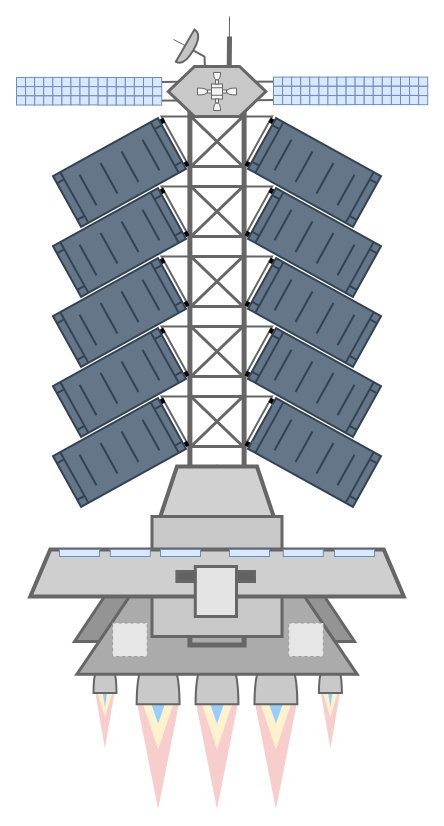
Before: pictures/spaceship.drawio in SuitDeer/SwarmPilot, a draw.io diagram. Source tidied: cells renumbered, new cells numbered last; positions are measured from the earlier drawing's top-left corner, leaving out a move shared by most shapes. Both pictures are drawn from the tidied source at 100%, with x=0, y=0 at pixel (-55, 16). Pictures stored in the file or linked from it are replaced by grey dashed boxes.
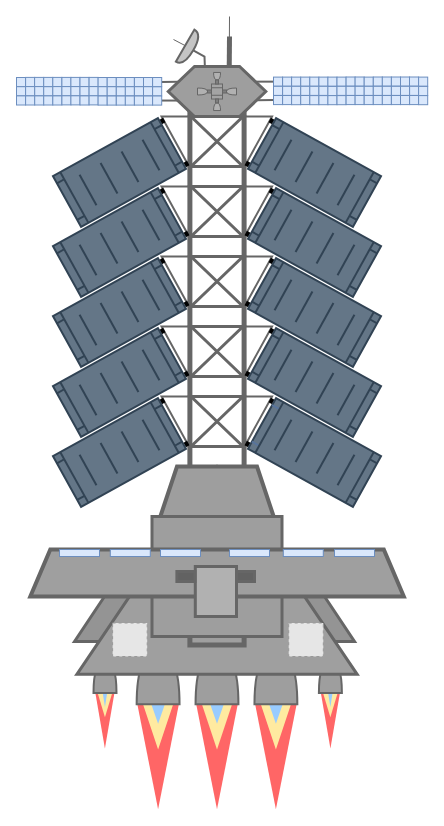
The same diagram, later.

The edit, as a diff of the source:
```diff
@@
-    <mxCell id="3" style="triangle;whiteSpace=wrap;html=1;rotation=90;fillColor=#f8cecc;strokeColor=none;" parent="1" vertex="1">
+    <mxCell id="3" style="triangle;whiteSpace=wrap;html=1;rotation=90;fillColor=#FF6666;strokeColor=none;" parent="1" vertex="1">
       <mxGeometry x="355.8" y="692.9" width="58.2" height="20" as="geometry" />
     </mxCell>
-    <mxCell id="4" style="triangle;whiteSpace=wrap;html=1;rotation=90;strokeColor=none;fillColor=#fff2cc;" parent="1" vertex="1">
+    <mxCell id="4" style="triangle;whiteSpace=wrap;html=1;rotation=90;strokeColor=none;fillColor=#FFEAA0;" parent="1" vertex="1">
       <mxGeometry x="368.2" y="674.2" width="33.3" height="20" as="geometry" />
     </mxCell>
@@
-    <mxCell id="6" style="triangle;whiteSpace=wrap;html=1;rotation=90;fillColor=#f8cecc;strokeColor=none;" parent="1" vertex="1">
+    <mxCell id="6" style="triangle;whiteSpace=wrap;html=1;rotation=90;fillColor=#FF6666;strokeColor=none;" parent="1" vertex="1">
       <mxGeometry x="130.3" y="692.9" width="58.2" height="20" as="geometry" />
     </mxCell>
-    <mxCell id="7" style="triangle;whiteSpace=wrap;html=1;rotation=90;strokeColor=none;fillColor=#fff2cc;" parent="1" vertex="1">
+    <mxCell id="7" style="triangle;whiteSpace=wrap;html=1;rotation=90;strokeColor=none;fillColor=#FFEAA0;" parent="1" vertex="1">
       <mxGeometry x="142.8" y="674.2" width="33.3" height="20" as="geometry" />
     </mxCell>
@@
-    <mxCell id="9" style="triangle;whiteSpace=wrap;html=1;rotation=90;fillColor=#f8cecc;strokeColor=none;" parent="1" vertex="1">
+    <mxCell id="9" style="triangle;whiteSpace=wrap;html=1;rotation=90;fillColor=#FF6666;strokeColor=none;" parent="1" vertex="1">
       <mxGeometry x="276.1" y="717.1" width="108.6" height="42.9" as="geometry" />
     </mxCell>
-    <mxCell id="10" style="triangle;whiteSpace=wrap;html=1;rotation=90;strokeColor=none;fillColor=#fff2cc;" parent="1" vertex="1">
+    <mxCell id="10" style="triangle;whiteSpace=wrap;html=1;rotation=90;strokeColor=none;fillColor=#FFEAA0;" parent="1" vertex="1">
       <mxGeometry x="300.4" y="682.9" width="60" height="40" as="geometry" />
     </mxCell>
@@
-    <mxCell id="12" style="triangle;whiteSpace=wrap;html=1;rotation=90;fillColor=#f8cecc;strokeColor=none;" parent="1" vertex="1">
+    <mxCell id="12" style="triangle;whiteSpace=wrap;html=1;rotation=90;fillColor=#FF6666;strokeColor=none;" parent="1" vertex="1">
       <mxGeometry x="158.3" y="717.1" width="108.6" height="42.9" as="geometry" />
     </mxCell>
-    <mxCell id="13" style="triangle;whiteSpace=wrap;html=1;rotation=90;strokeColor=none;fillColor=#fff2cc;" parent="1" vertex="1">
+    <mxCell id="13" style="triangle;whiteSpace=wrap;html=1;rotation=90;strokeColor=none;fillColor=#FFEAA0;" parent="1" vertex="1">
       <mxGeometry x="182.6" y="682.9" width="60" height="40" as="geometry" />
     </mxCell>
@@
-    <mxCell id="15" style="triangle;whiteSpace=wrap;html=1;rotation=90;fillColor=#f8cecc;strokeColor=none;" parent="1" vertex="1">
+    <mxCell id="15" style="triangle;whiteSpace=wrap;html=1;rotation=90;fillColor=#FF6666;strokeColor=none;" parent="1" vertex="1">
       <mxGeometry x="217.2" y="717.1" width="108.6" height="42.9" as="geometry" />
     </mxCell>
-    <mxCell id="16" style="triangle;whiteSpace=wrap;html=1;rotation=90;strokeColor=none;fillColor=#fff2cc;" parent="1" vertex="1">
+    <mxCell id="16" style="triangle;whiteSpace=wrap;html=1;rotation=90;strokeColor=none;fillColor=#FFEAA0;" parent="1" vertex="1">
       <mxGeometry x="241.5" y="682.9" width="60" height="40" as="geometry" />
     </mxCell>
@@
-    <mxCell id="22" style="shape=or;whiteSpace=wrap;html=1;fillColor=#C9C9C9;strokeColor=#666666;fontColor=#333333;rotation=-90;strokeWidth=2;" parent="1" vertex="1">
+    <mxCell id="22" style="shape=or;whiteSpace=wrap;html=1;fillColor=#9E9E9E;strokeColor=#666666;fontColor=#333333;rotation=-90;strokeWidth=2;" parent="1" vertex="1">
       <mxGeometry x="143.6" y="649.2" width="31.8" height="23" as="geometry" />
     </mxCell>
-    <mxCell id="23" style="shape=or;whiteSpace=wrap;html=1;fillColor=#C9C9C9;strokeColor=#666666;fontColor=#333333;rotation=-90;strokeWidth=2;" parent="1" vertex="1">
+    <mxCell id="23" style="shape=or;whiteSpace=wrap;html=1;fillColor=#9E9E9E;strokeColor=#666666;fontColor=#333333;rotation=-90;strokeWidth=2;" parent="1" vertex="1">
       <mxGeometry x="369" y="649.2" width="31.8" height="23" as="geometry" />
     </mxCell>
-    <mxCell id="24" style="shape=or;whiteSpace=wrap;html=1;rotation=-90;fillColor=#C9C9C9;fontColor=#333333;strokeColor=#666666;strokeWidth=2;" parent="1" vertex="1">
+    <mxCell id="24" style="shape=or;whiteSpace=wrap;html=1;rotation=-90;fillColor=#9E9E9E;fontColor=#333333;strokeColor=#666666;strokeWidth=2;" parent="1" vertex="1">
       <mxGeometry x="186.2" y="640" width="52.8" height="42.9" as="geometry" />
     </mxCell>
-    <mxCell id="25" style="shape=or;whiteSpace=wrap;html=1;rotation=-90;fillColor=#C9C9C9;fontColor=#333333;strokeColor=#666666;strokeWidth=2;" parent="1" vertex="1">
+    <mxCell id="25" style="shape=or;whiteSpace=wrap;html=1;rotation=-90;fillColor=#9E9E9E;fontColor=#333333;strokeColor=#666666;strokeWidth=2;" parent="1" vertex="1">
       <mxGeometry x="304" y="640" width="52.8" height="42.9" as="geometry" />
     </mxCell>
-    <mxCell id="26" style="shape=or;whiteSpace=wrap;html=1;rotation=-90;fillColor=#C9C9C9;fontColor=#333333;strokeColor=#666666;strokeWidth=2;" parent="1" vertex="1">
+    <mxCell id="26" style="shape=or;whiteSpace=wrap;html=1;rotation=-90;fillColor=#9E9E9E;fontColor=#333333;strokeColor=#666666;strokeWidth=2;" parent="1" vertex="1">
       <mxGeometry x="245.1" y="640" width="52.8" height="42.9" as="geometry" />
     </mxCell>
-    <mxCell id="27" style="triangle;whiteSpace=wrap;html=1;rotation=-90;fillColor=#ABABAB;fontColor=#333333;strokeColor=#666666;strokeWidth=3;" parent="1" vertex="1">
+    <mxCell id="27" style="triangle;whiteSpace=wrap;html=1;rotation=-90;fillColor=#9F9F9F;fontColor=#333333;strokeColor=#666666;strokeWidth=3;" parent="1" vertex="1">
       <mxGeometry x="167.8" y="414" width="207.4" height="280.3" as="geometry" />
     </mxCell>
@@
-    <mxCell id="174" style="shape=hexagon;perimeter=hexagonPerimeter2;whiteSpace=wrap;html=1;fixedSize=1;strokeWidth=3;fillColor=#C8C8C8;fontColor=#333333;strokeColor=#666666;size=26.24000000000001;" parent="1" vertex="1">
+    <mxCell id="174" style="shape=hexagon;perimeter=hexagonPerimeter2;whiteSpace=wrap;html=1;fixedSize=1;strokeWidth=3;fillColor=#9E9E9E;fontColor=#333333;strokeColor=#666666;size=26.24000000000001;" parent="1" vertex="1">
       <mxGeometry x="222.8" y="50" width="97.5" height="50" as="geometry" />
     </mxCell>
@@
-    <mxCell id="180" style="rounded=0;whiteSpace=wrap;html=1;fillColor=#f5f5f5;fontColor=#333333;strokeColor=#666666;" parent="1" vertex="1">
+    <mxCell id="180" style="rounded=0;whiteSpace=wrap;html=1;fillColor=#A4A4A4;fontColor=#333333;strokeColor=#666666;" parent="1" vertex="1">
       <mxGeometry x="266" y="67.5" width="11" height="15" as="geometry" />
     </mxCell>
@@
-    <mxCell id="183" style="shape=or;whiteSpace=wrap;html=1;fillColor=#f5f5f5;strokeColor=#666666;fontColor=#333333;rotation=-180;" parent="1" vertex="1">
+    <mxCell id="183" style="shape=or;whiteSpace=wrap;html=1;fillColor=#B1B1B1;strokeColor=#666666;fontColor=#333333;rotation=-180;" parent="1" vertex="1">
       <mxGeometry x="281" y="71.5" width="10" height="7" as="geometry" />
     </mxCell>
-    <mxCell id="184" style="rounded=0;whiteSpace=wrap;html=1;fillColor=#f5f5f5;fontColor=#333333;strokeColor=#666666;" parent="1" vertex="1">
+    <mxCell id="184" style="rounded=0;whiteSpace=wrap;html=1;fillColor=#7E7E7E;fontColor=#333333;strokeColor=#666666;" parent="1" vertex="1">
       <mxGeometry x="277" y="73.5" width="4" height="3" as="geometry" />
     </mxCell>
-    <mxCell id="185" style="shape=or;whiteSpace=wrap;html=1;fillColor=#f5f5f5;strokeColor=#666666;fontColor=#333333;rotation=0;" parent="1" vertex="1">
+    <mxCell id="185" style="shape=or;whiteSpace=wrap;html=1;fillColor=#B1B1B1;strokeColor=#666666;fontColor=#333333;rotation=0;" parent="1" vertex="1">
       <mxGeometry x="252" y="71.5" width="10" height="7" as="geometry" />
     </mxCell>
-    <mxCell id="186" style="rounded=0;whiteSpace=wrap;html=1;fillColor=#f5f5f5;fontColor=#333333;strokeColor=#666666;" parent="1" vertex="1">
+    <mxCell id="186" style="rounded=0;whiteSpace=wrap;html=1;fillColor=#7E7E7E;fontColor=#333333;strokeColor=#666666;" parent="1" vertex="1">
       <mxGeometry x="262" y="73.5" width="4" height="3" as="geometry" />
     </mxCell>
-    <mxCell id="187" style="shape=or;whiteSpace=wrap;html=1;fillColor=#f5f5f5;strokeColor=#666666;fontColor=#333333;rotation=90;" parent="1" vertex="1">
+    <mxCell id="187" style="shape=or;whiteSpace=wrap;html=1;fillColor=#B1B1B1;strokeColor=#666666;fontColor=#333333;rotation=90;" parent="1" vertex="1">
       <mxGeometry x="267.8" y="56.2" width="7.5" height="7" as="geometry" />
     </mxCell>
-    <mxCell id="188" style="rounded=0;whiteSpace=wrap;html=1;fillColor=#f5f5f5;fontColor=#333333;strokeColor=#666666;rotation=90;" parent="1" vertex="1">
+    <mxCell id="188" style="rounded=0;whiteSpace=wrap;html=1;fillColor=#7E7E7E;fontColor=#333333;strokeColor=#666666;rotation=90;" parent="1" vertex="1">
       <mxGeometry x="269.5" y="64" width="4" height="3" as="geometry" />
     </mxCell>
-    <mxCell id="189" style="rounded=0;whiteSpace=wrap;html=1;fillColor=#f5f5f5;fontColor=#333333;strokeColor=#666666;rotation=90;" parent="1" vertex="1">
+    <mxCell id="189" style="rounded=0;whiteSpace=wrap;html=1;fillColor=#7E7E7E;fontColor=#333333;strokeColor=#666666;rotation=90;" parent="1" vertex="1">
       <mxGeometry x="269.5" y="83" width="4" height="3" as="geometry" />
     </mxCell>
-    <mxCell id="190" style="shape=or;whiteSpace=wrap;html=1;fillColor=#f5f5f5;strokeColor=#666666;fontColor=#333333;rotation=-90;" parent="1" vertex="1">
+    <mxCell id="190" style="shape=or;whiteSpace=wrap;html=1;fillColor=#B1B1B1;strokeColor=#666666;fontColor=#333333;rotation=-90;" parent="1" vertex="1">
       <mxGeometry x="267.8" y="86.8" width="7.5" height="7" as="geometry" />
     </mxCell>
-    <mxCell id="191" style="shape=trapezoid;perimeter=trapezoidPerimeter;whiteSpace=wrap;html=1;fixedSize=1;strokeColor=#666666;strokeWidth=4;fillColor=#D1D1D1;fontColor=#333333;" parent="1" vertex="1">
+    <mxCell id="191" style="shape=trapezoid;perimeter=trapezoidPerimeter;whiteSpace=wrap;html=1;fixedSize=1;strokeColor=#666666;strokeWidth=4;fillColor=#9E9E9E;fontColor=#333333;" parent="1" vertex="1">
       <mxGeometry x="211.5" y="450" width="120" height="60" as="geometry" />
     </mxCell>
-    <mxCell id="192" style="rounded=0;whiteSpace=wrap;html=1;strokeColor=#666666;strokeWidth=3;fillColor=#C8C8C8;fontColor=#333333;" parent="1" vertex="1">
+    <mxCell id="192" style="rounded=0;whiteSpace=wrap;html=1;strokeColor=#666666;strokeWidth=3;fillColor=#9E9E9E;fontColor=#333333;" parent="1" vertex="1">
       <mxGeometry x="206.5" y="500" width="130" height="120" as="geometry" />
     </mxCell>
-    <mxCell id="193" style="shape=trapezoid;perimeter=trapezoidPerimeter;whiteSpace=wrap;html=1;fixedSize=1;strokeColor=#666666;strokeWidth=4;fillColor=#CFCFCF;fontColor=#333333;" parent="1" vertex="1">
+    <mxCell id="193" style="shape=trapezoid;perimeter=trapezoidPerimeter;whiteSpace=wrap;html=1;fixedSize=1;strokeColor=#666666;strokeWidth=4;fillColor=#9F9F9F;fontColor=#333333;" parent="1" vertex="1">
       <mxGeometry x="84.8" y="533" width="373.5" height="47" as="geometry" />
     </mxCell>
@@
-    <mxCell id="200" style="rounded=0;whiteSpace=wrap;html=1;fillColor=#E4E4E4;fontColor=#333333;strokeColor=#666666;strokeWidth=3;" parent="1" vertex="1">
+    <mxCell id="200" style="rounded=0;whiteSpace=wrap;html=1;fillColor=#B1B1B1;fontColor=#333333;strokeColor=#666666;strokeWidth=3;" parent="1" vertex="1">
       <mxGeometry x="249.8" y="550" width="41.2" height="50" as="geometry" />
     </mxCell>
```
